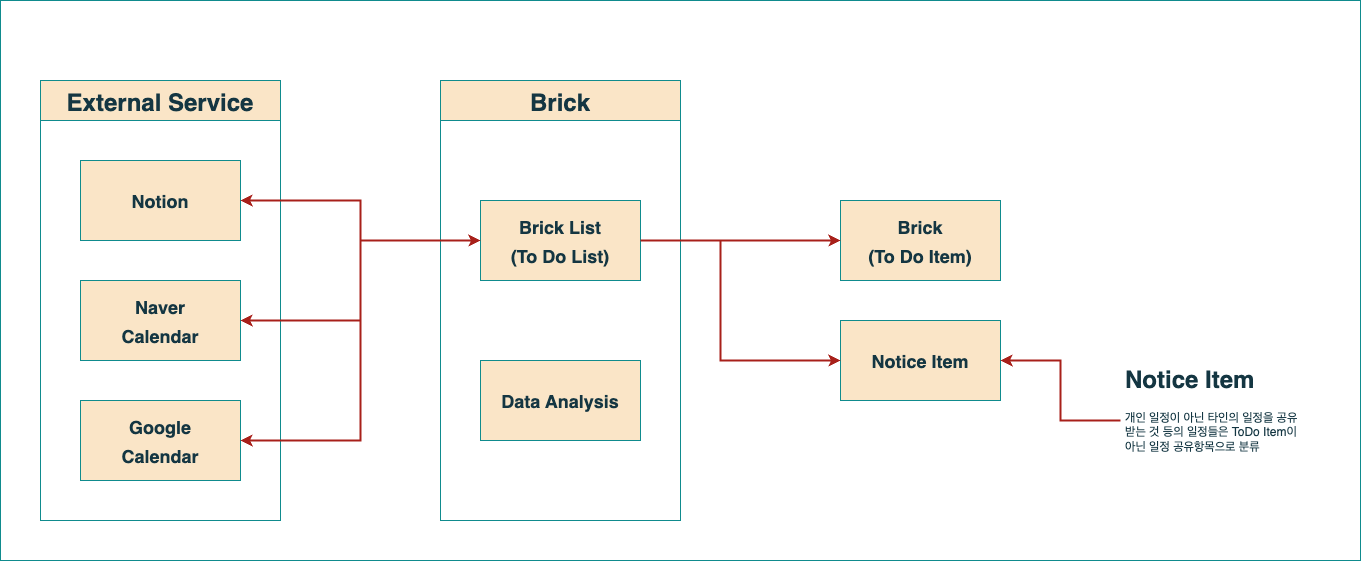
This is document/BrickFlow-서비스.drawio.png from imimtu/Brick-Front, a draw.io export, as it was before one commit. Source tidied: cells renumbered, new cells last; positions are measured from the earlier drawing's top-left corner, leaving out a move shared by most shapes.
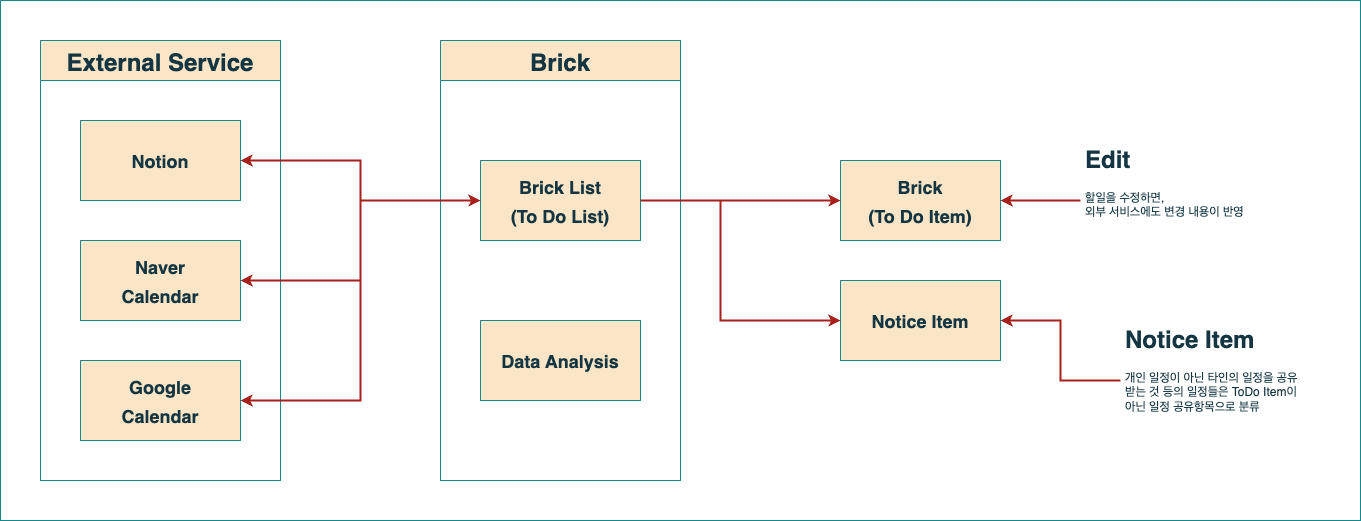
The same file after the commit.

Commit message:
close #1 Flow Chart 문서 생성

Change to the diagram source:
```diff
@@ -3,7 +3,7 @@
     <mxCell id="0" />
     <mxCell id="1" parent="0" />
     <mxCell id="2" style="rounded=0;whiteSpace=wrap;html=1;fillColor=none;labelBackgroundColor=none;strokeColor=#0F8B8D;fontColor=#143642;" parent="1" vertex="1">
-      <mxGeometry width="1360" height="560" as="geometry" />
+      <mxGeometry y="40" width="1360" height="520" as="geometry" />
     </mxCell>
     <mxCell id="3" value="Brick" style="swimlane;fontSize=24;startSize=40;labelBackgroundColor=none;rounded=0;fillColor=#FAE5C7;strokeColor=#0F8B8D;fontColor=#143642;" parent="1" vertex="1">
       <mxGeometry x="440" y="80" width="240" height="440" as="geometry" />
@@ -58,5 +58,16 @@
     <mxCell id="18" value="&lt;h1&gt;Notice Item&lt;/h1&gt;&lt;p&gt;개인 일정이 아닌 타인의 일정을 공유 받는 것 등의 일정들은 ToDo Item이 아닌 일정 공유항목으로 분류&lt;/p&gt;" style="text;html=1;strokeColor=none;fillColor=none;spacing=5;spacingTop=-20;whiteSpace=wrap;overflow=hidden;rounded=0;labelBackgroundColor=none;fontColor=#143642;" parent="1" vertex="1">
       <mxGeometry x="1120" y="360" width="190" height="120" as="geometry" />
     </mxCell>
+    <mxCell id="19" style="edgeStyle=orthogonalEdgeStyle;rounded=0;jumpSize=6;orthogonalLoop=1;jettySize=auto;html=1;exitX=0;exitY=0.5;exitDx=0;exitDy=0;entryX=1;entryY=0.5;entryDx=0;entryDy=0;strokeWidth=2;labelBackgroundColor=none;fontColor=default;strokeColor=#A8201A;" parent="1" edge="1">
+      <mxGeometry relative="1" as="geometry">
+        <mxPoint x="1280" y="80" as="targetPoint" />
+      </mxGeometry>
+    </mxCell>
+    <mxCell id="20" style="edgeStyle=orthogonalEdgeStyle;rounded=0;jumpSize=6;jettySize=auto;html=1;exitX=0;exitY=0.5;exitDx=0;exitDy=0;entryX=1;entryY=0.5;entryDx=0;entryDy=0;strokeWidth=2;labelBackgroundColor=none;fontColor=default;strokeColor=#A8201A;" parent="1" edge="1" source="21" target="13">
+      <mxGeometry relative="1" as="geometry" />
+    </mxCell>
+    <mxCell id="21" value="&lt;h1&gt;Edit&lt;/h1&gt;&lt;div&gt;할일을 수정하면, &lt;br&gt;외부 서비스에도 변경 내용이 반영&lt;/div&gt;" style="text;html=1;strokeColor=none;fillColor=none;spacing=5;spacingTop=-20;whiteSpace=wrap;overflow=hidden;rounded=0;labelBackgroundColor=none;fontColor=#143642;" parent="1" vertex="1">
+      <mxGeometry x="1080" y="180" width="190" height="120" as="geometry" />
+    </mxCell>
   </root>
 </mxGraphModel>
```
